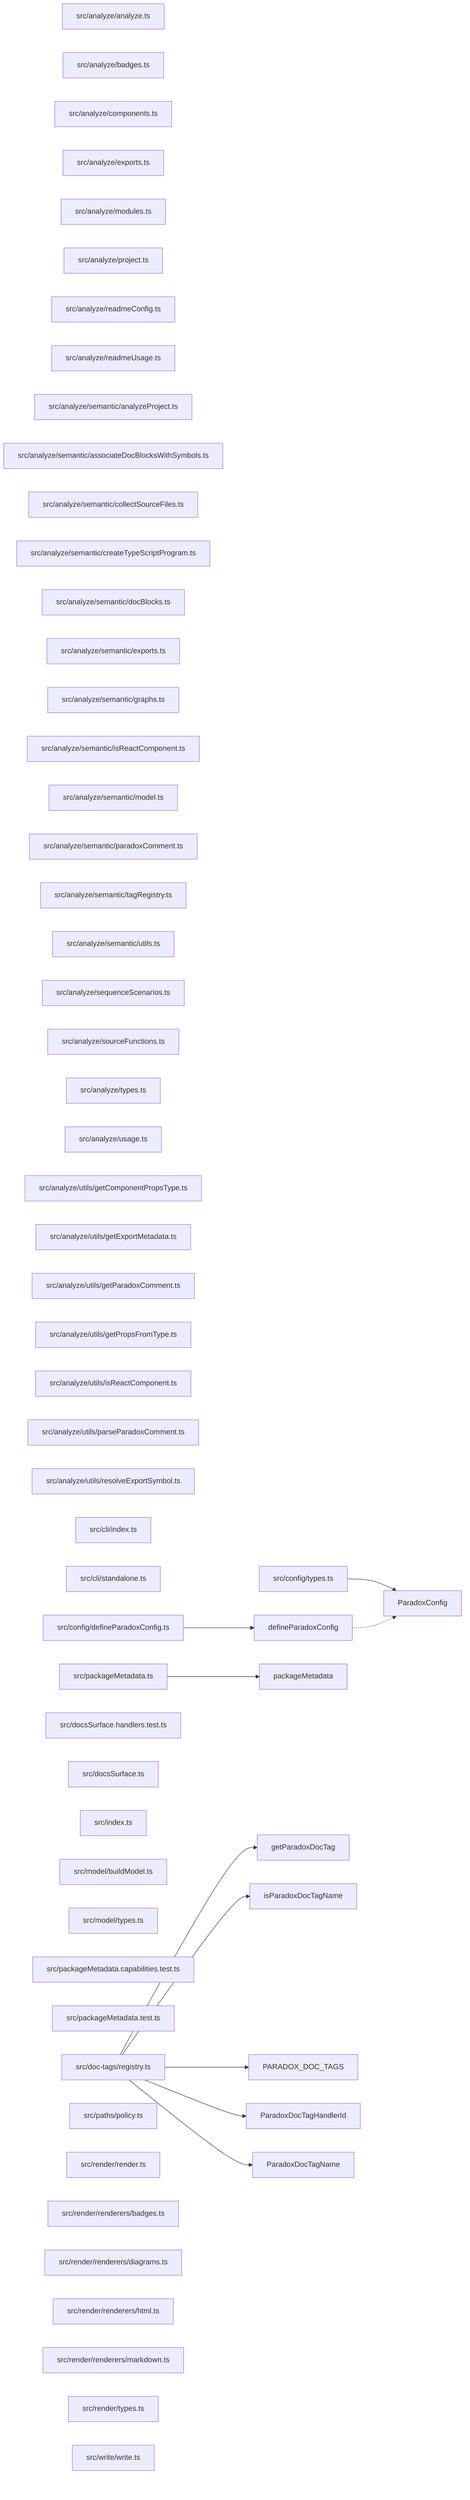
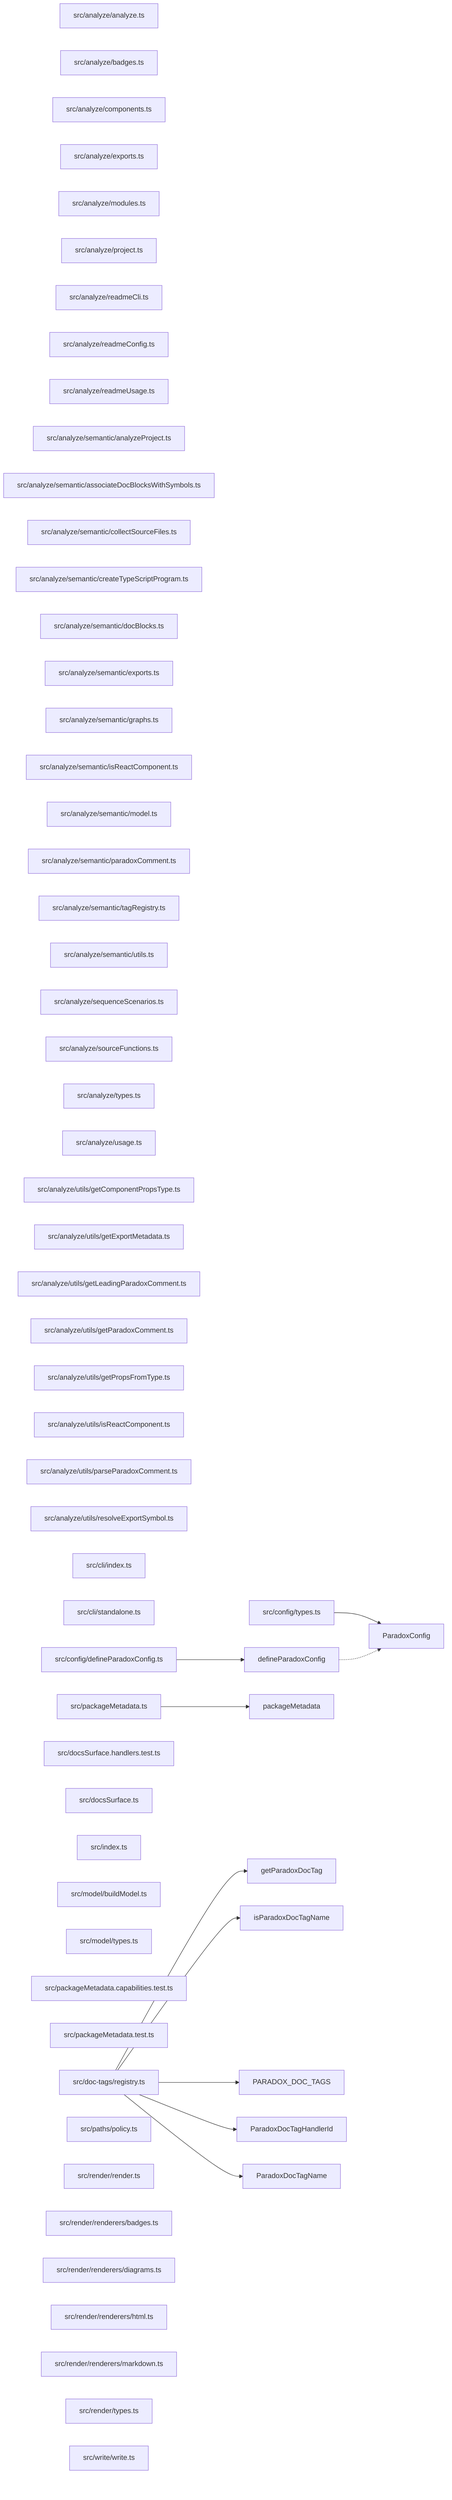
graph LR
  module_src_analyze_analyze_ts["src/analyze/analyze.ts"]
  module_src_analyze_badges_ts["src/analyze/badges.ts"]
  module_src_analyze_components_ts["src/analyze/components.ts"]
  module_src_analyze_exports_ts["src/analyze/exports.ts"]
  module_src_analyze_modules_ts["src/analyze/modules.ts"]
  module_src_analyze_project_ts["src/analyze/project.ts"]
+   module_src_analyze_readmeCli_ts["src/analyze/readmeCli.ts"]
  module_src_analyze_readmeConfig_ts["src/analyze/readmeConfig.ts"]
  module_src_analyze_readmeUsage_ts["src/analyze/readmeUsage.ts"]
  module_src_analyze_semantic_analyzeProject_ts["src/analyze/semantic/analyzeProject.ts"]
  module_src_analyze_semantic_associateDocBlocksWithSymbols_ts["src/analyze/semantic/associateDocBlocksWithSymbols.ts"]
  module_src_analyze_semantic_collectSourceFiles_ts["src/analyze/semantic/collectSourceFiles.ts"]
  module_src_analyze_semantic_createTypeScriptProgram_ts["src/analyze/semantic/createTypeScriptProgram.ts"]
  module_src_analyze_semantic_docBlocks_ts["src/analyze/semantic/docBlocks.ts"]
  module_src_analyze_semantic_exports_ts["src/analyze/semantic/exports.ts"]
  module_src_analyze_semantic_graphs_ts["src/analyze/semantic/graphs.ts"]
  module_src_analyze_semantic_isReactComponent_ts["src/analyze/semantic/isReactComponent.ts"]
  module_src_analyze_semantic_model_ts["src/analyze/semantic/model.ts"]
  module_src_analyze_semantic_paradoxComment_ts["src/analyze/semantic/paradoxComment.ts"]
  module_src_analyze_semantic_tagRegistry_ts["src/analyze/semantic/tagRegistry.ts"]
  module_src_analyze_semantic_utils_ts["src/analyze/semantic/utils.ts"]
  module_src_analyze_sequenceScenarios_ts["src/analyze/sequenceScenarios.ts"]
  module_src_analyze_sourceFunctions_ts["src/analyze/sourceFunctions.ts"]
  module_src_analyze_types_ts["src/analyze/types.ts"]
  module_src_analyze_usage_ts["src/analyze/usage.ts"]
  module_src_analyze_utils_getComponentPropsType_ts["src/analyze/utils/getComponentPropsType.ts"]
  module_src_analyze_utils_getExportMetadata_ts["src/analyze/utils/getExportMetadata.ts"]
+   module_src_analyze_utils_getLeadingParadoxComment_ts["src/analyze/utils/getLeadingParadoxComment.ts"]
  module_src_analyze_utils_getParadoxComment_ts["src/analyze/utils/getParadoxComment.ts"]
  module_src_analyze_utils_getPropsFromType_ts["src/analyze/utils/getPropsFromType.ts"]
  module_src_analyze_utils_isReactComponent_ts["src/analyze/utils/isReactComponent.ts"]
  module_src_analyze_utils_parseParadoxComment_ts["src/analyze/utils/parseParadoxComment.ts"]
  module_src_analyze_utils_resolveExportSymbol_ts["src/analyze/utils/resolveExportSymbol.ts"]
  module_src_cli_index_ts["src/cli/index.ts"]
  module_src_cli_standalone_ts["src/cli/standalone.ts"]
  module_src_config_defineParadoxConfig_ts["src/config/defineParadoxConfig.ts"]
  module_src_config_types_ts["src/config/types.ts"]
  module_src_doc_tags_registry_ts["src/doc-tags/registry.ts"]
  module_src_docsSurface_handlers_test_ts["src/docsSurface.handlers.test.ts"]
  module_src_docsSurface_ts["src/docsSurface.ts"]
  module_src_index_ts["src/index.ts"]
  module_src_model_buildModel_ts["src/model/buildModel.ts"]
  module_src_model_types_ts["src/model/types.ts"]
  module_src_packageMetadata_capabilities_test_ts["src/packageMetadata.capabilities.test.ts"]
  module_src_packageMetadata_test_ts["src/packageMetadata.test.ts"]
  module_src_packageMetadata_ts["src/packageMetadata.ts"]
  module_src_paths_policy_ts["src/paths/policy.ts"]
  module_src_render_render_ts["src/render/render.ts"]
  module_src_render_renderers_badges_ts["src/render/renderers/badges.ts"]
  module_src_render_renderers_diagrams_ts["src/render/renderers/diagrams.ts"]
  module_src_render_renderers_html_ts["src/render/renderers/html.ts"]
  module_src_render_renderers_markdown_ts["src/render/renderers/markdown.ts"]
  module_src_render_types_ts["src/render/types.ts"]
  module_src_write_write_ts["src/write/write.ts"]
  export_defineParadoxConfig["defineParadoxConfig"]
  module_src_config_defineParadoxConfig_ts --> export_defineParadoxConfig
  export_defineParadoxConfig -.-> export_ParadoxConfig
  export_getParadoxDocTag["getParadoxDocTag"]
  module_src_doc_tags_registry_ts --> export_getParadoxDocTag
  export_isParadoxDocTagName["isParadoxDocTagName"]
  module_src_doc_tags_registry_ts --> export_isParadoxDocTagName
  export_packageMetadata["packageMetadata"]
  module_src_packageMetadata_ts --> export_packageMetadata
  export_PARADOX_DOC_TAGS["PARADOX_DOC_TAGS"]
  module_src_doc_tags_registry_ts --> export_PARADOX_DOC_TAGS
  export_ParadoxConfig["ParadoxConfig"]
  module_src_config_types_ts --> export_ParadoxConfig
  export_ParadoxDocTagHandlerId["ParadoxDocTagHandlerId"]
  module_src_doc_tags_registry_ts --> export_ParadoxDocTagHandlerId
  export_ParadoxDocTagName["ParadoxDocTagName"]
  module_src_doc_tags_registry_ts --> export_ParadoxDocTagName
